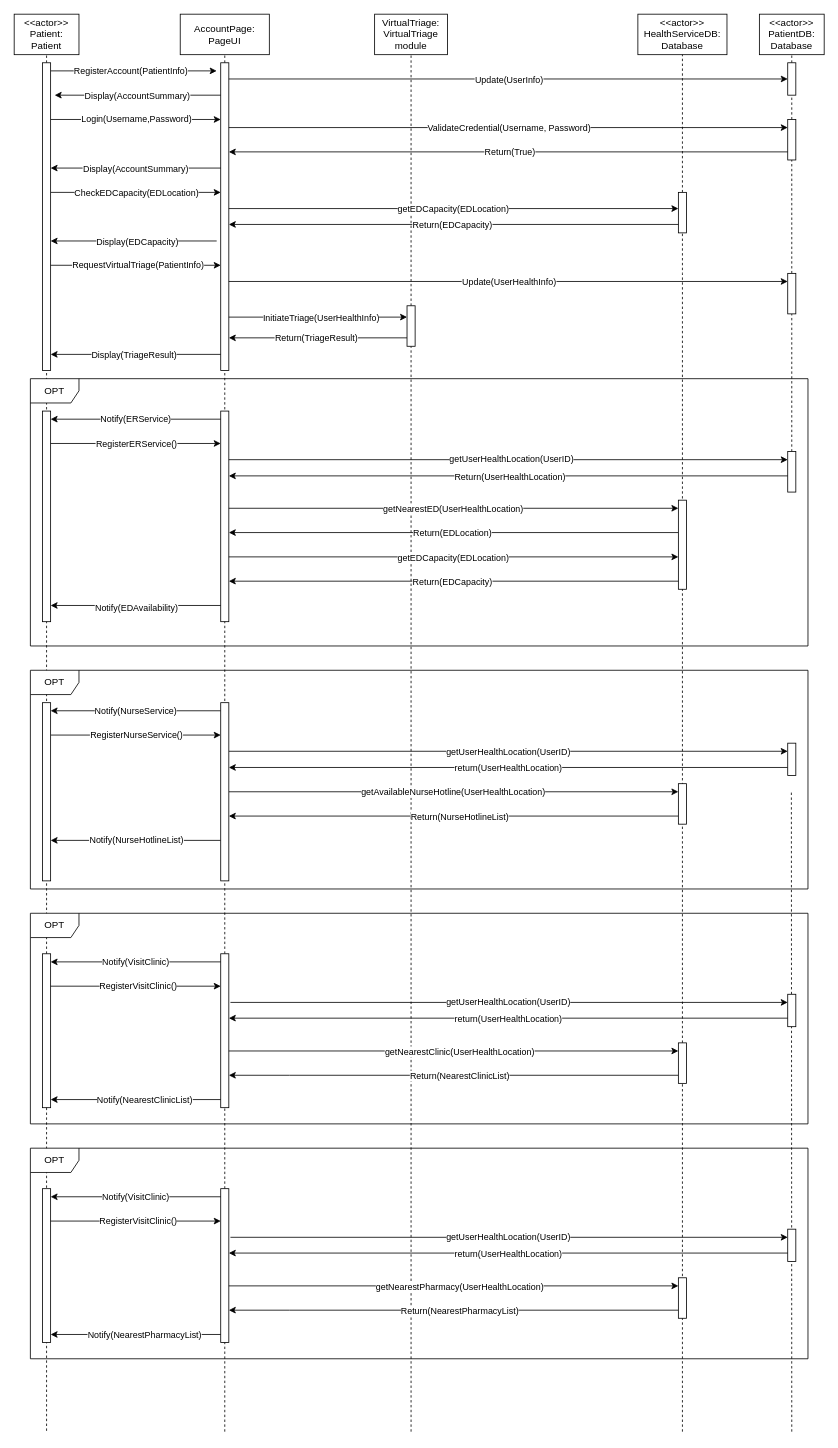
This is general_sequence_diagram.drawio from uvic-teach/project-m1-team8, a draw.io file, before an edit. Source tidied: cells renumbered, new cells numbered last; positions are measured from the earlier drawing's top-left corner, leaving out a move shared by most shapes. Both pictures are drawn from the tidied source at 81%, with x=0, y=0 at pixel (14, 14).
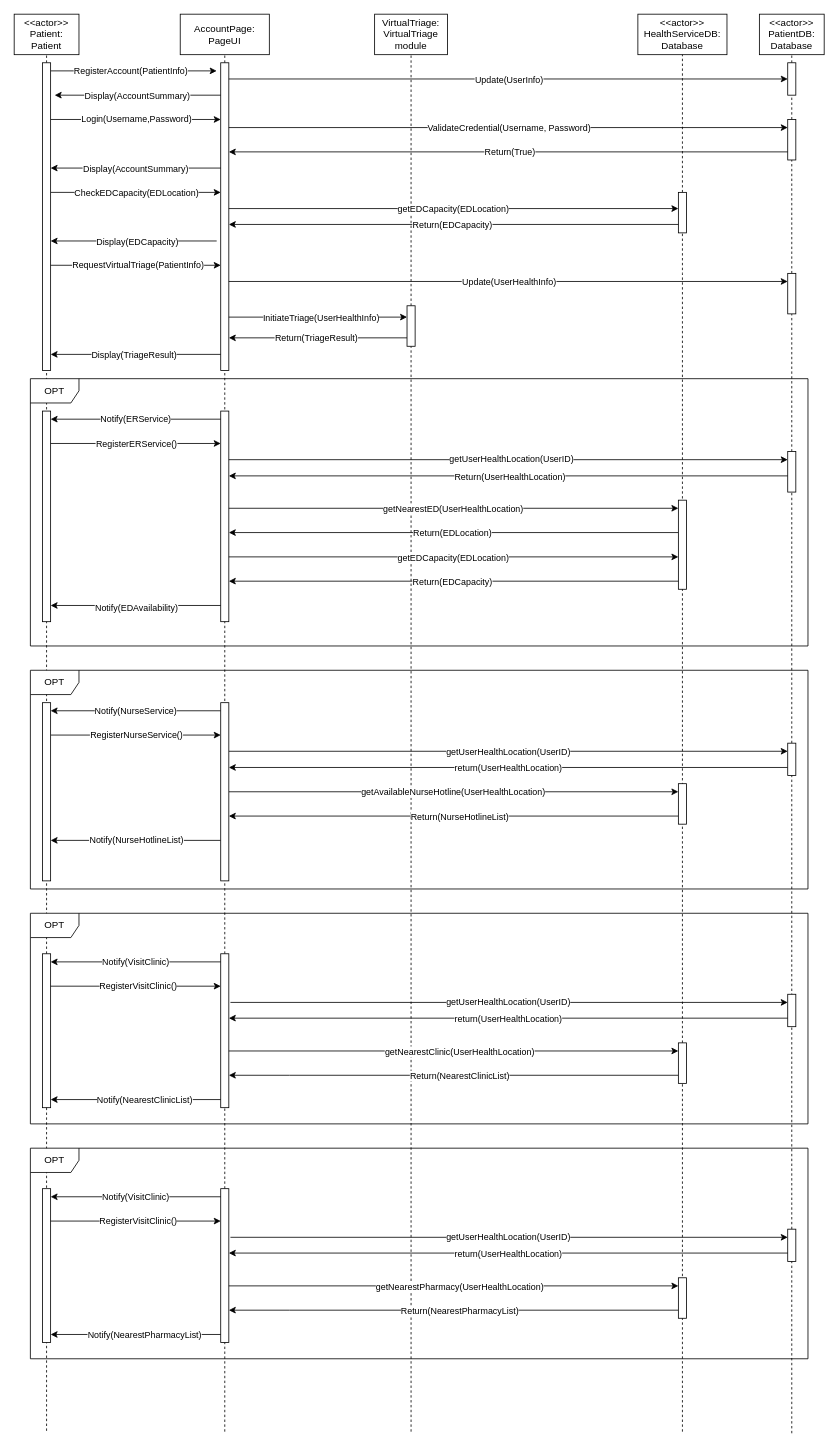
Above is the later version.

Unchanged cells that the change refers to:
```xml
<mxCell id="49" style="html=1;points=[[0,0,0,0,5],[0,1,0,0,-5],[1,0,0,0,5],[1,1,0,0,-5]];perimeter=orthogonalPerimeter;outlineConnect=0;targetShapes=umlLifeline;portConstraint=eastwest;newEdgeStyle={&quot;curved&quot;:0,&quot;rounded&quot;:0};" parent="1" vertex="1">
  <mxGeometry x="955" y="320" width="10" height="50" as="geometry" />
</mxCell>
<mxCell id="61" style="html=1;points=[[0,0,0,0,5],[0,1,0,0,-5],[1,0,0,0,5],[1,1,0,0,-5]];perimeter=orthogonalPerimeter;outlineConnect=0;targetShapes=umlLifeline;portConstraint=eastwest;newEdgeStyle={&quot;curved&quot;:0,&quot;rounded&quot;:0};" parent="1" vertex="1">
  <mxGeometry x="955" y="540" width="10" height="50" as="geometry" />
</mxCell>
```

Change to the diagram source:
```diff
@@
-    <mxCell id="48" style="endArrow=none;dashed=1;html=1;rounded=0;entryX=0.5;entryY=1;entryDx=0;entryDy=0;" parent="1" edge="1" source="61" target="49">
-      <mxGeometry relative="1" as="geometry" />
+    <mxCell id="48" style="endArrow=none;dashed=1;html=1;rounded=0;entryX=0.5;entryY=1;entryDx=0;entryDy=0;" parent="1" edge="1" target="49">
+      <mxGeometry relative="1" as="geometry">
+        <mxPoint x="960" y="1752" as="sourcePoint" />
+      </mxGeometry>
     </mxCell>
@@
-    <mxCell id="60" style="endArrow=none;dashed=1;html=1;rounded=0;entryX=0.5;entryY=1;entryDx=0;entryDy=0;" parent="1" edge="1">
-      <mxGeometry relative="1" as="geometry">
-        <mxPoint x="960" y="1750" as="sourcePoint" />
-        <mxPoint x="959.5" y="960" as="targetPoint" />
-      </mxGeometry>
-    </mxCell>
```
